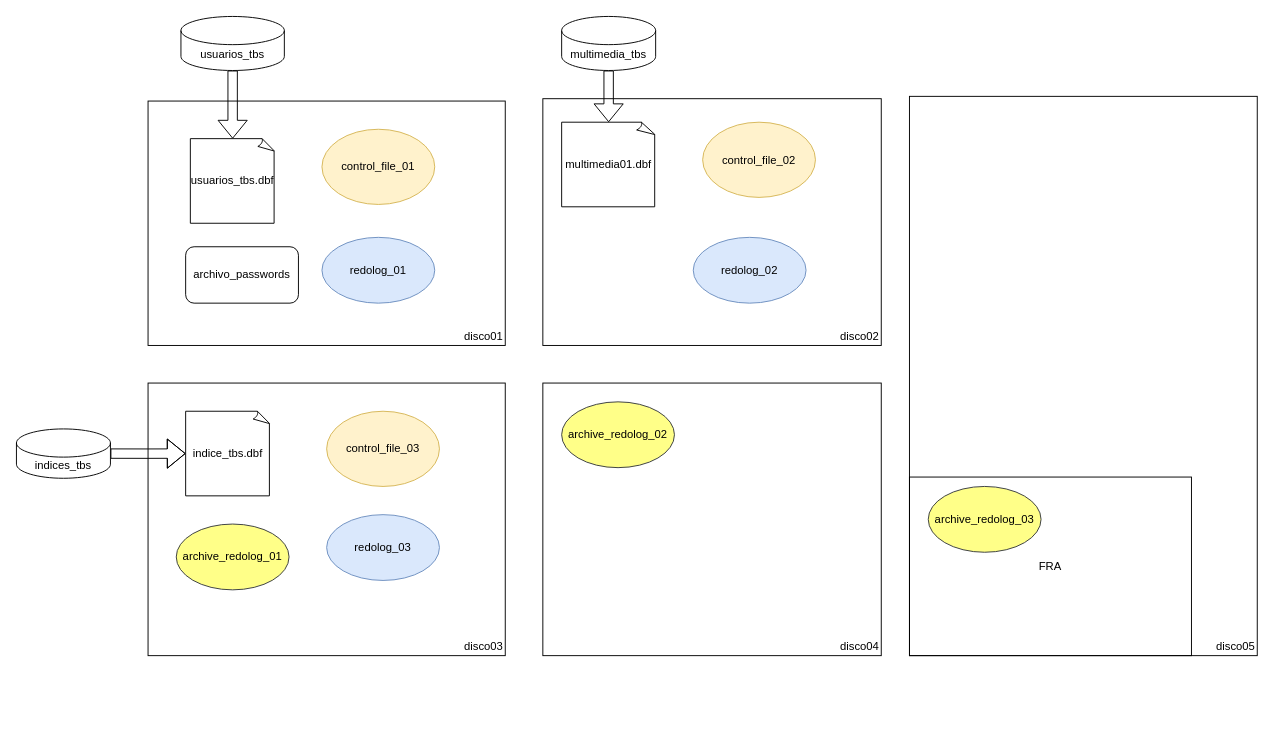
The draw.io diagram page "version01" (1 of 3) of proyecto/arquitectura-bd-mediastream.drawio in rhofp/mediastream-dba-study-case, before the edit. Source tidied: cells renumbered, new cells numbered last; positions are measured from the earlier drawing's top-left corner, leaving out a move shared by most shapes. Both pictures are drawn from the tidied source at 94%, with x=0, y=0 at pixel (16, 16).
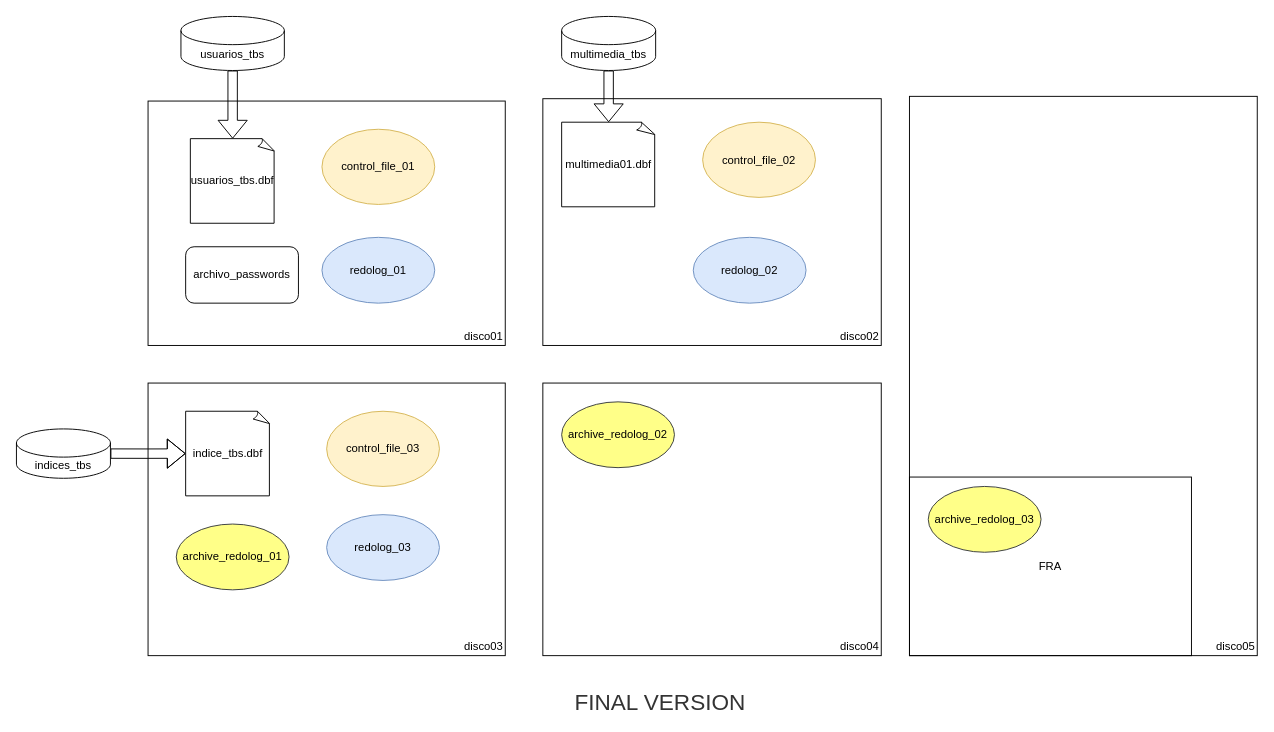
The same page after the edit.

Change to the diagram source:
```diff
@@
+    <mxCell id="27" value="FINAL VERSION" style="text;html=1;align=center;verticalAlign=middle;whiteSpace=wrap;rounded=0;fontColor=#333333;fontSize=24;" parent="1" vertex="1">
+      <mxGeometry x="550" y="720" width="270" height="20" as="geometry" />
+    </mxCell>
```
